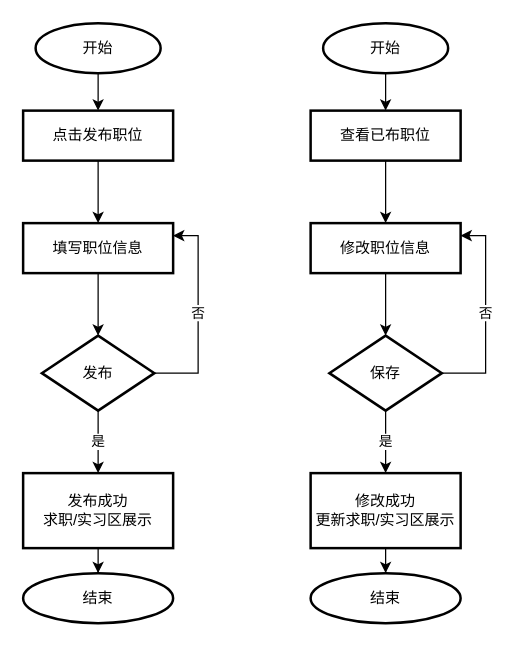
Above: job_info_manage_flowchart.drawio in JohnnyLin12/GJR_BBS (draw.io), before the change. Source tidied: cells renumbered, new cells numbered last; positions are measured from the earlier drawing's top-left corner, leaving out a move shared by most shapes. Both pictures are drawn from the tidied source at 125%, with x=0, y=0 at pixel (22, 22).
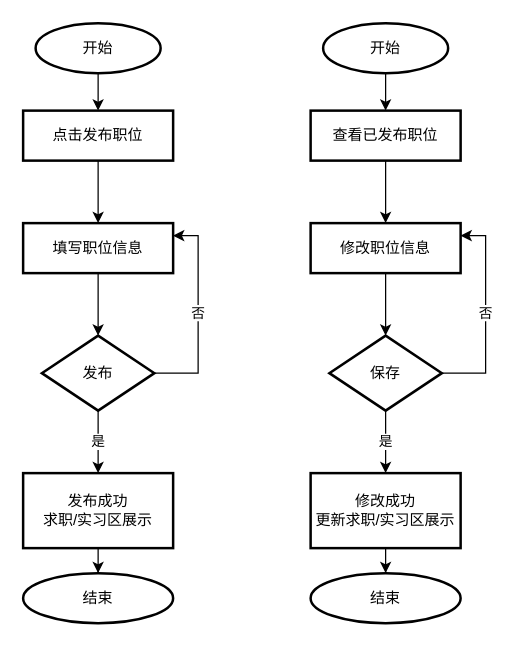
After the change.

Diff of the diagram source:
```diff
@@
-    <mxCell id="17" value="查看已布职位" style="whiteSpace=wrap;html=1;strokeWidth=2;" parent="1" vertex="1">
+    <mxCell id="17" value="查看已发布职位" style="whiteSpace=wrap;html=1;strokeWidth=2;" parent="1" vertex="1">
       <mxGeometry x="230" y="70" width="120" height="40" as="geometry" />
     </mxCell>
```
